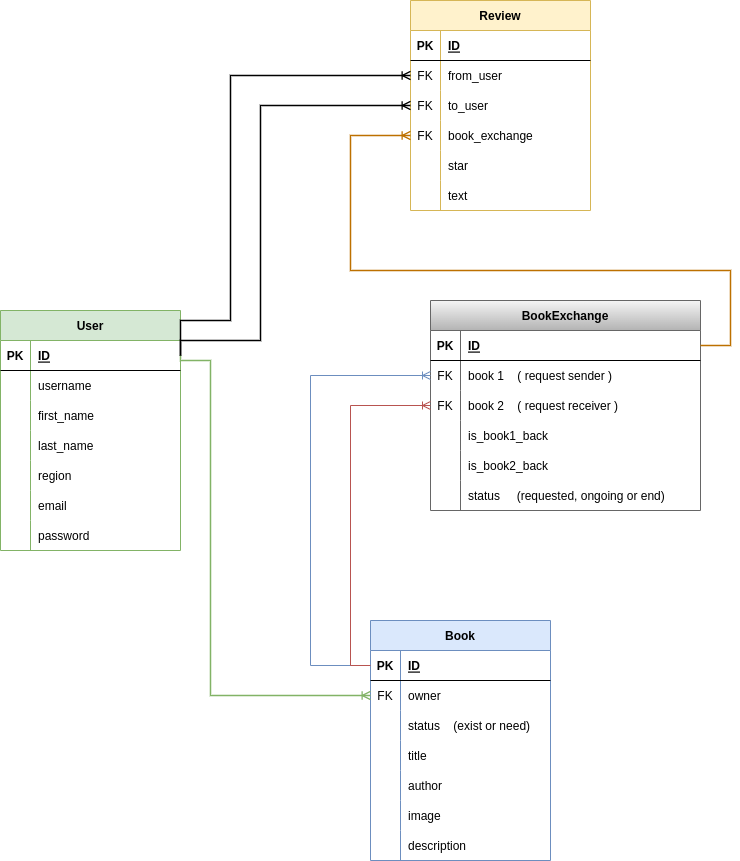
Above: Book_Exchange.drawio.png in sobirjonovme/book_exchange_api (draw.io), before the change. Source tidied: cells renumbered, new cells last; positions are measured from the earlier drawing's top-left corner, leaving out a move shared by most shapes.
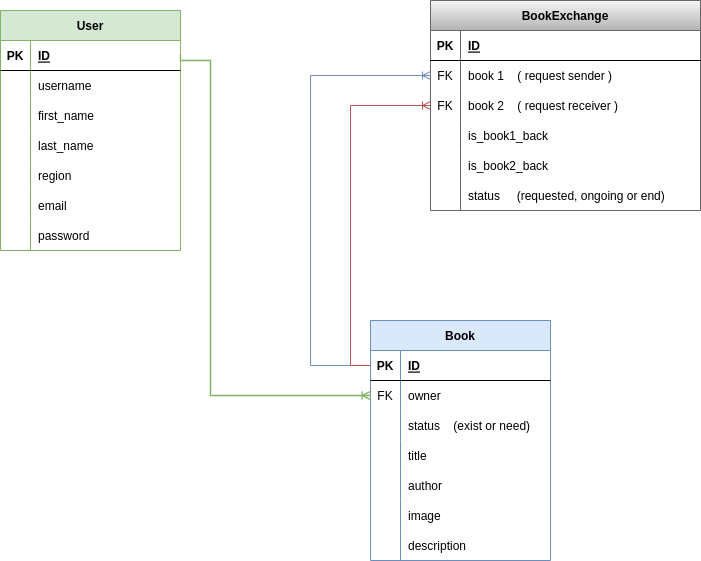
After the commit.

Diff of the diagram source:
```diff
@@ -216,90 +216,5 @@
         </Array>
       </mxGeometry>
     </mxCell>
-    <mxCell id="68" value="Review" style="shape=table;startSize=30;rowLines=0;fontStyle=1;align=center;fillColor=#fff2cc;strokeColor=#d6b656;" parent="1" vertex="1">
-      <mxGeometry x="410" width="180" height="210" as="geometry" />
-    </mxCell>
-    <mxCell id="69" style="shape=tableRow;horizontal=0;startSize=0;swimlaneHead=0;swimlaneBody=0;fillColor=none;top=0;left=0;right=0;bottom=1;" parent="68" vertex="1">
-      <mxGeometry y="30" width="180" height="30" as="geometry" />
-    </mxCell>
-    <mxCell id="70" value="PK" style="shape=partialRectangle;fillColor=none;top=0;left=0;bottom=0;right=0;fontStyle=1;overflow=hidden;" parent="69" vertex="1">
-      <mxGeometry width="30" height="30" as="geometry" />
-    </mxCell>
-    <mxCell id="71" value="ID" style="shape=partialRectangle;fillColor=none;top=0;left=0;bottom=0;right=0;align=left;spacingLeft=6;fontStyle=5;overflow=hidden;" parent="69" vertex="1">
-      <mxGeometry x="30" width="150" height="30" as="geometry" />
-    </mxCell>
-    <mxCell id="72" style="shape=tableRow;horizontal=0;startSize=0;swimlaneHead=0;swimlaneBody=0;fillColor=none;points=[[0,0.5],[1,0.5]];portConstraint=eastwest;top=0;left=0;right=0;bottom=0;" parent="68" vertex="1">
-      <mxGeometry y="60" width="180" height="30" as="geometry" />
-    </mxCell>
-    <mxCell id="73" value="FK" style="shape=partialRectangle;fillColor=none;top=0;left=0;bottom=0;right=0;overflow=hidden;" parent="72" vertex="1">
-      <mxGeometry width="30" height="30" as="geometry" />
-    </mxCell>
-    <mxCell id="74" value="from_user" style="shape=partialRectangle;fillColor=none;top=0;left=0;bottom=0;right=0;align=left;spacingLeft=6;overflow=hidden;" parent="72" vertex="1">
-      <mxGeometry x="30" width="150" height="30" as="geometry" />
-    </mxCell>
-    <mxCell id="75" style="shape=tableRow;horizontal=0;startSize=0;swimlaneHead=0;swimlaneBody=0;fillColor=none;points=[[0,0.5],[1,0.5]];portConstraint=eastwest;top=0;left=0;right=0;bottom=0;" parent="68" vertex="1">
-      <mxGeometry y="90" width="180" height="30" as="geometry" />
-    </mxCell>
-    <mxCell id="76" value="FK" style="shape=partialRectangle;fillColor=none;top=0;left=0;bottom=0;right=0;overflow=hidden;" parent="75" vertex="1">
-      <mxGeometry width="30" height="30" as="geometry" />
-    </mxCell>
-    <mxCell id="77" value="to_user" style="shape=partialRectangle;fillColor=none;top=0;left=0;bottom=0;right=0;align=left;spacingLeft=6;overflow=hidden;" parent="75" vertex="1">
-      <mxGeometry x="30" width="150" height="30" as="geometry" />
-    </mxCell>
-    <mxCell id="78" style="shape=tableRow;horizontal=0;startSize=0;swimlaneHead=0;swimlaneBody=0;fillColor=none;points=[[0,0.5],[1,0.5]];portConstraint=eastwest;top=0;left=0;right=0;bottom=0;" parent="68" vertex="1">
-      <mxGeometry y="120" width="180" height="30" as="geometry" />
-    </mxCell>
-    <mxCell id="79" value="FK" style="shape=partialRectangle;fillColor=none;top=0;left=0;bottom=0;right=0;overflow=hidden;" parent="78" vertex="1">
-      <mxGeometry width="30" height="30" as="geometry" />
-    </mxCell>
-    <mxCell id="80" value="book_exchange" style="shape=partialRectangle;fillColor=none;top=0;left=0;bottom=0;right=0;align=left;spacingLeft=6;overflow=hidden;" parent="78" vertex="1">
-      <mxGeometry x="30" width="150" height="30" as="geometry" />
-    </mxCell>
-    <mxCell id="81" style="shape=tableRow;horizontal=0;startSize=0;swimlaneHead=0;swimlaneBody=0;fillColor=none;top=0;left=0;right=0;bottom=0;" parent="68" vertex="1">
-      <mxGeometry y="150" width="180" height="30" as="geometry" />
-    </mxCell>
-    <mxCell id="82" style="shape=partialRectangle;fillColor=none;top=0;left=0;bottom=0;right=0;overflow=hidden;" parent="81" vertex="1">
-      <mxGeometry width="30" height="30" as="geometry" />
-    </mxCell>
-    <mxCell id="83" value="star" style="shape=partialRectangle;fillColor=none;top=0;left=0;bottom=0;right=0;align=left;spacingLeft=6;overflow=hidden;" parent="81" vertex="1">
-      <mxGeometry x="30" width="150" height="30" as="geometry" />
-    </mxCell>
-    <mxCell id="84" style="shape=tableRow;horizontal=0;startSize=0;swimlaneHead=0;swimlaneBody=0;fillColor=none;top=0;left=0;right=0;bottom=0;" parent="68" vertex="1">
-      <mxGeometry y="180" width="180" height="30" as="geometry" />
-    </mxCell>
-    <mxCell id="85" style="shape=partialRectangle;fillColor=none;top=0;left=0;bottom=0;right=0;overflow=hidden;" parent="84" vertex="1">
-      <mxGeometry width="30" height="30" as="geometry" />
-    </mxCell>
-    <mxCell id="86" value="text" style="shape=partialRectangle;fillColor=none;top=0;left=0;bottom=0;right=0;align=left;spacingLeft=6;overflow=hidden;" parent="84" vertex="1">
-      <mxGeometry x="30" width="150" height="30" as="geometry" />
-    </mxCell>
-    <mxCell id="87" style="edgeStyle=orthogonalEdgeStyle;fontSize=12;html=1;endArrow=ERoneToMany;rounded=0;sketch=0;strokeWidth=1.3;exitX=1;exitY=0.5;exitDx=0;exitDy=0;entryX=0;entryY=0.5;entryDx=0;entryDy=0;" parent="1" edge="1" source="3" target="72">
-      <mxGeometry relative="1" as="geometry">
-        <Array as="points">
-          <mxPoint x="180" y="320" />
-          <mxPoint x="230" y="320" />
-          <mxPoint x="230" y="75" />
-        </Array>
-      </mxGeometry>
-    </mxCell>
-    <mxCell id="88" style="edgeStyle=orthogonalEdgeStyle;fontSize=12;html=1;endArrow=ERoneToMany;rounded=0;sketch=0;strokeWidth=1.3;exitX=1;exitY=0.5;exitDx=0;exitDy=0;entryX=0;entryY=0.5;entryDx=0;entryDy=0;" parent="1" edge="1" source="3" target="75">
-      <mxGeometry relative="1" as="geometry">
-        <Array as="points">
-          <mxPoint x="180" y="340" />
-          <mxPoint x="260" y="340" />
-          <mxPoint x="260" y="105" />
-        </Array>
-      </mxGeometry>
-    </mxCell>
-    <mxCell id="89" style="edgeStyle=orthogonalEdgeStyle;fontSize=12;html=1;endArrow=ERoneToMany;rounded=0;sketch=0;strokeWidth=1.3;exitX=1;exitY=0.5;exitDx=0;exitDy=0;entryX=0;entryY=0.5;entryDx=0;entryDy=0;fillColor=#f0a30a;strokeColor=#BD7000;" parent="1" edge="1" source="48" target="78">
-      <mxGeometry relative="1" as="geometry">
-        <Array as="points">
-          <mxPoint x="730" y="345" />
-          <mxPoint x="730" y="270" />
-          <mxPoint x="350" y="270" />
-          <mxPoint x="350" y="135" />
-        </Array>
-      </mxGeometry>
-    </mxCell>
   </root>
 </mxGraphModel>
```
